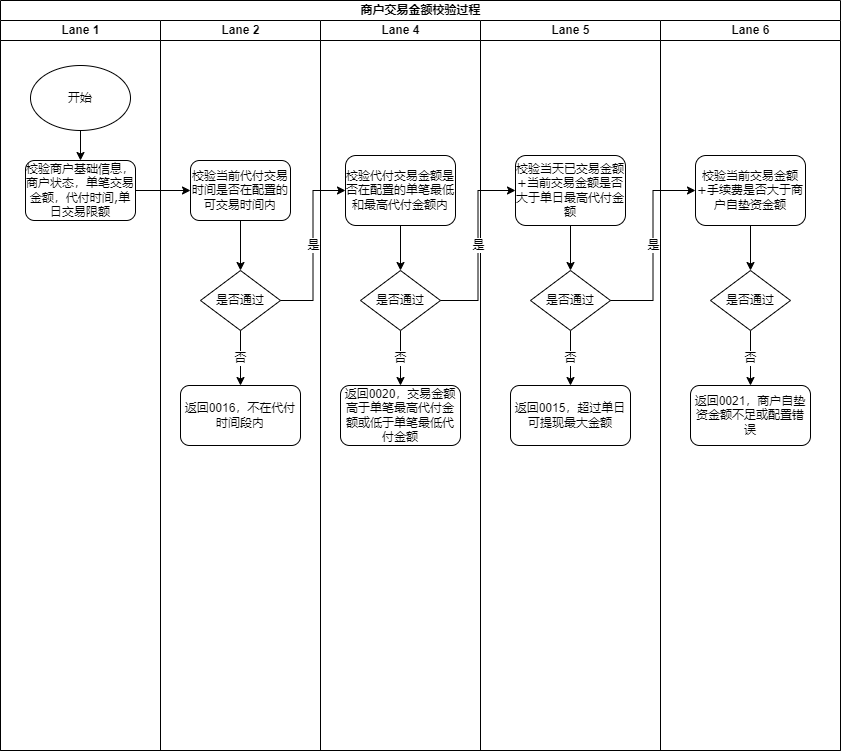
The draw.io diagram 商户交易金额校验以及手续费计算.png in songyibo2019/mydiagrams, before a commit. Source tidied: cells renumbered, new cells last; positions are measured from the earlier drawing's top-left corner, leaving out a move shared by most shapes.
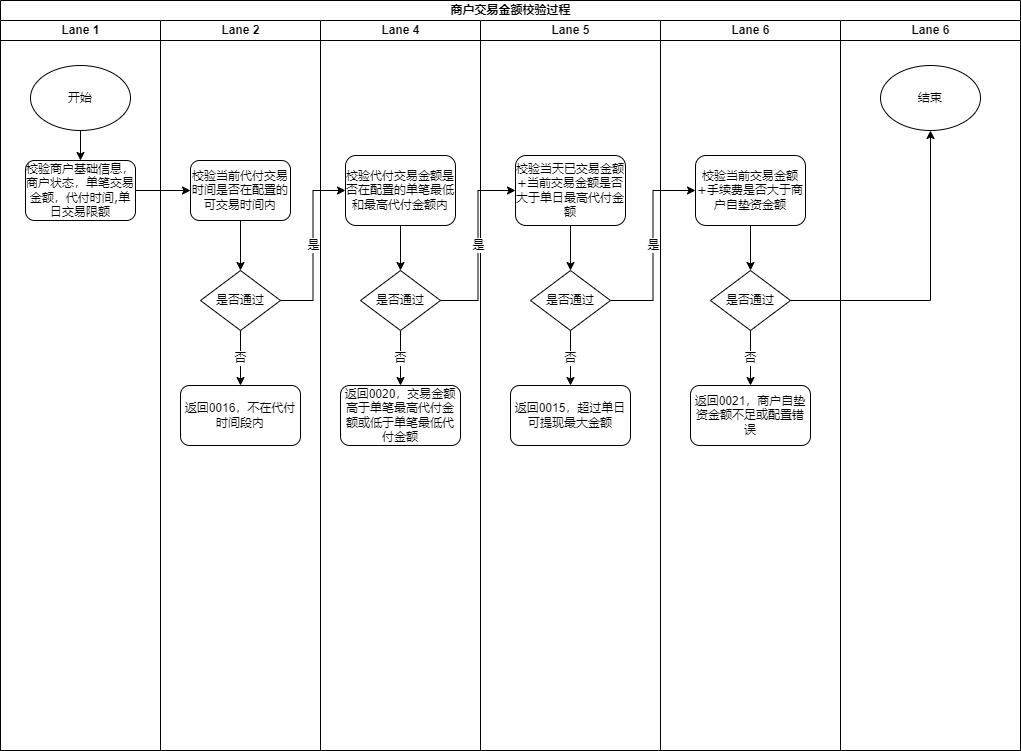
The same file after the commit.

Commit message:
Update 商户交易金额校验以及手续费计算.png

Change to the diagram source:
```diff
@@ -3,7 +3,7 @@
     <mxCell id="0" />
     <mxCell id="1" parent="0" />
     <mxCell id="2" value="商户交易金额校验过程" style="swimlane;html=1;startSize=20;rounded=0;shadow=0;labelBackgroundColor=none;strokeWidth=1;fontFamily=Verdana;fontSize=8;align=center;" parent="1" vertex="1">
-      <mxGeometry width="840" height="750" as="geometry" />
+      <mxGeometry width="1020" height="750" as="geometry" />
     </mxCell>
     <mxCell id="3" value="Lane 1" style="swimlane;html=1;startSize=20;" parent="2" vertex="1">
       <mxGeometry y="20" width="160" height="730" as="geometry" />
@@ -101,5 +101,14 @@
     <mxCell id="34" value="是" style="edgeStyle=orthogonalEdgeStyle;rounded=0;jettySize=auto;html=1;exitX=1;exitY=0.5;exitDx=0;exitDy=0;entryX=0;entryY=0.5;entryDx=0;entryDy=0;" parent="2" edge="1" source="23" target="30">
       <mxGeometry relative="1" as="geometry" />
     </mxCell>
+    <mxCell id="35" value="Lane 6" style="swimlane;html=1;startSize=20;" parent="2" vertex="1">
+      <mxGeometry x="840" y="20" width="180" height="730" as="geometry" />
+    </mxCell>
+    <mxCell id="36" value="结束" style="ellipse;whiteSpace=wrap;html=1;" parent="35" vertex="1">
+      <mxGeometry x="40" y="45" width="100" height="65" as="geometry" />
+    </mxCell>
+    <mxCell id="37" style="edgeStyle=orthogonalEdgeStyle;rounded=0;jettySize=auto;html=1;exitX=1;exitY=0.5;exitDx=0;exitDy=0;entryX=0.5;entryY=1;entryDx=0;entryDy=0;" parent="2" edge="1" source="32" target="36">
+      <mxGeometry relative="1" as="geometry" />
+    </mxCell>
   </root>
 </mxGraphModel>
```
